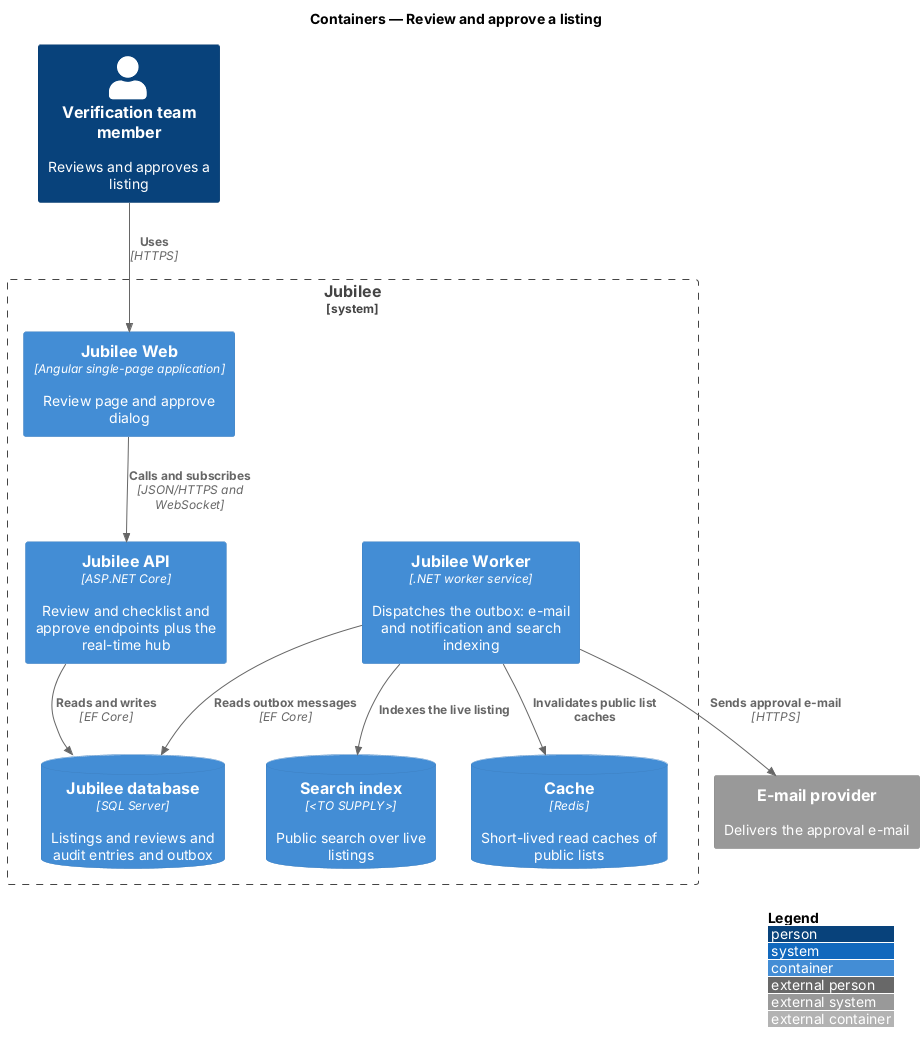
The PlantUML diagram docs/detailed-designs/verification/review-and-approve-listing/diagrams/c4-container.png in QuinntyneBrown/jubilee, before a commit.
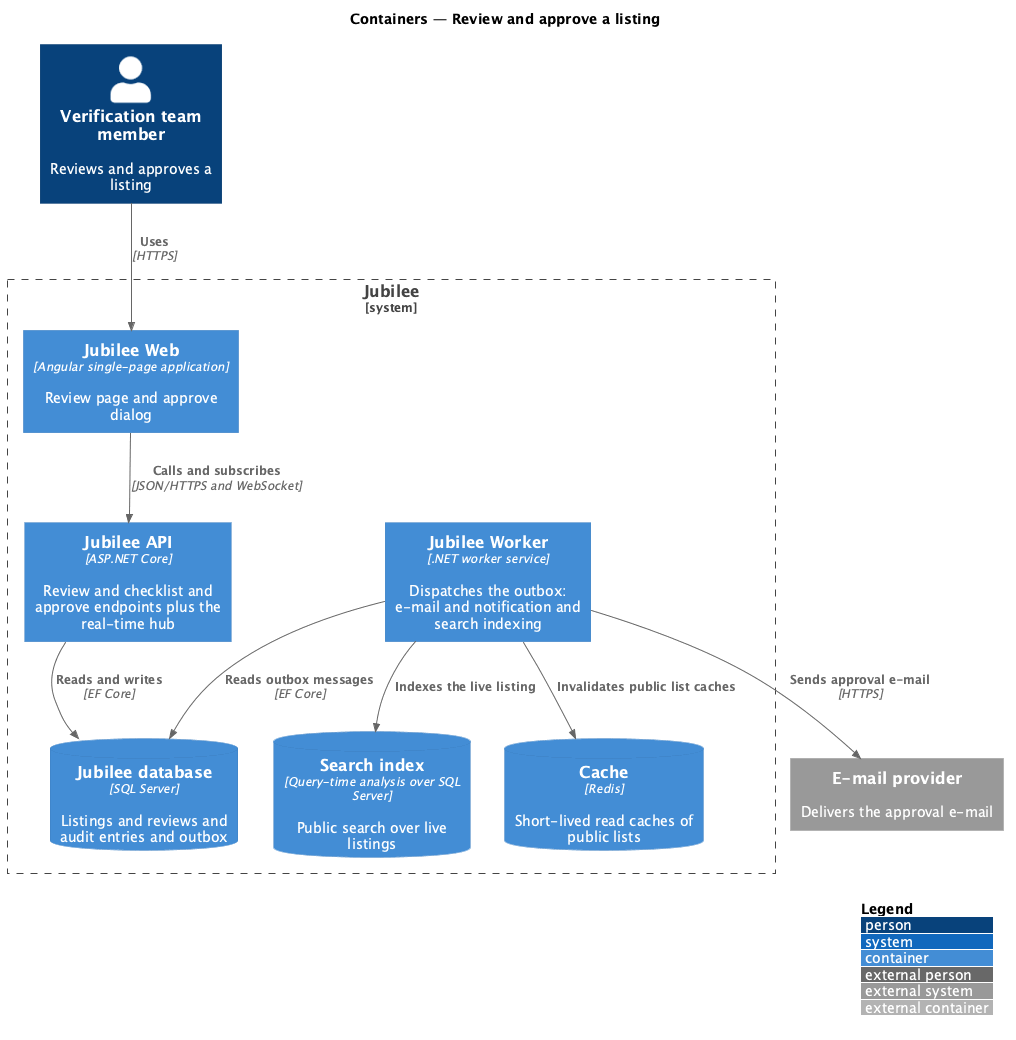
Above is the later version.

Change to the diagram source:
```diff
@@ -8,7 +8,7 @@
   Container(api, "Jubilee API", "ASP.NET Core", "Review and checklist and approve endpoints plus the real-time hub")
   Container(worker, "Jubilee Worker", ".NET worker service", "Dispatches the outbox: e-mail and notification and search indexing")
   ContainerDb(db, "Jubilee database", "SQL Server", "Listings and reviews and audit entries and outbox")
-  ContainerDb(search, "Search index", "<TO SUPPLY>", "Public search over live listings")
+  ContainerDb(search, "Search index", "Query-time analysis over SQL Server", "Public search over live listings")
   ContainerDb(cache, "Cache", "Redis", "Short-lived read caches of public lists")
 }
 System_Ext(email, "E-mail provider", "Delivers the approval e-mail")
```
